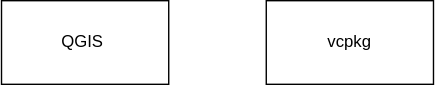
Before: data/architecture.drawio.svg, a diagram exported from draw.io (boardend/qgis-js-demo). Source tidied: cells renumbered, new cells last; positions are measured from the earlier drawing's top-left corner, leaving out a move shared by most shapes.
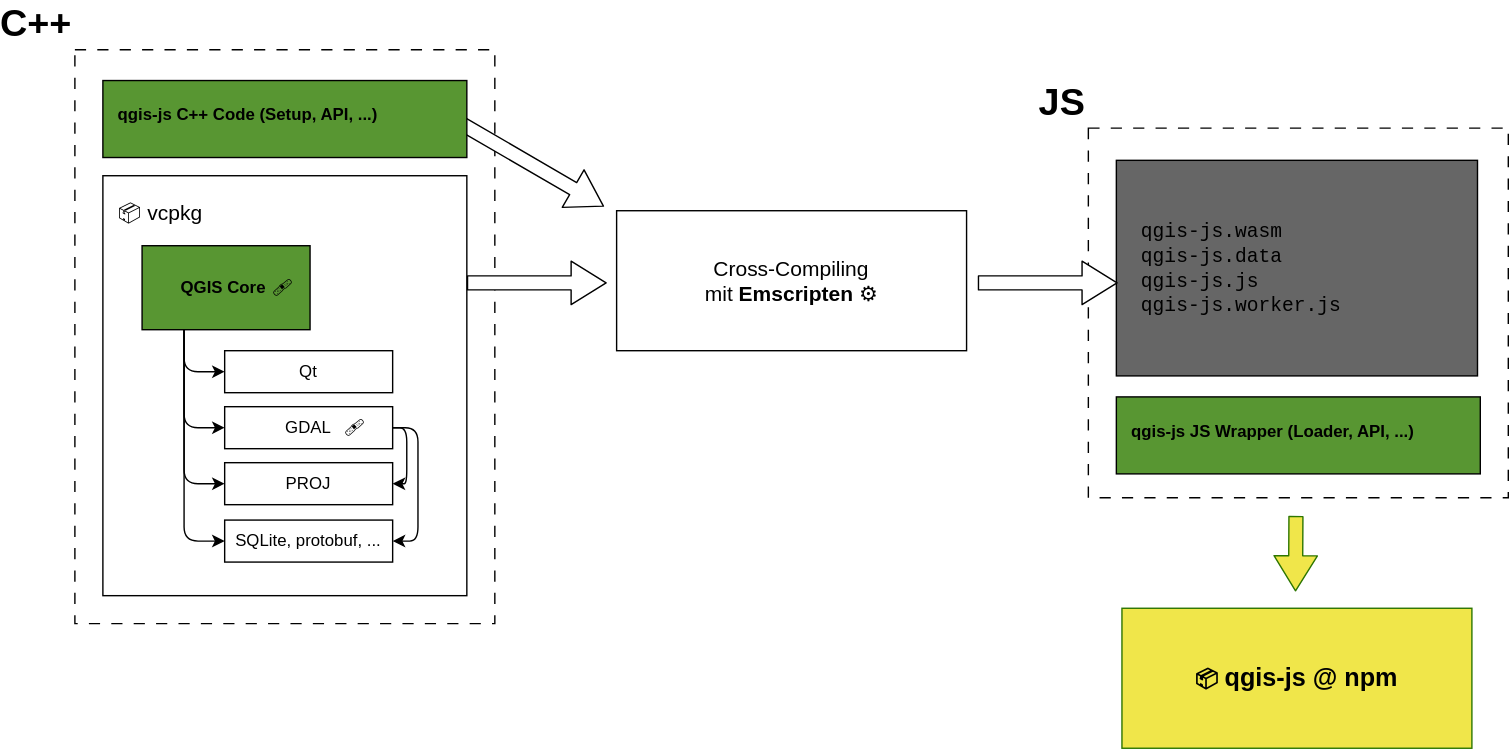
Above is the later version.

Change to the diagram source:
```diff
@@ -2,11 +2,97 @@
   <root>
     <mxCell id="0" />
     <mxCell id="1" parent="0" />
+    <mxCell id="4" value="C++" style="whiteSpace=wrap;html=1;fontSize=27;dashed=1;dashPattern=8 8;fillColor=none;labelPosition=left;verticalLabelPosition=top;align=right;verticalAlign=bottom;fontStyle=1;" parent="1" vertex="1">
+      <mxGeometry x="-217" y="-134" width="300" height="410" as="geometry" />
+    </mxCell>
+    <mxCell id="5" value="JS" style="whiteSpace=wrap;html=1;fontSize=27;dashed=1;dashPattern=8 8;fillColor=none;labelPosition=left;verticalLabelPosition=top;align=right;verticalAlign=bottom;fontStyle=1;" parent="1" vertex="1">
+      <mxGeometry x="507" y="-78" width="300" height="264" as="geometry" />
+    </mxCell>
-    <mxCell id="2" value="vcpkg" style="rounded=0;whiteSpace=wrap;html=1;" parent="1" vertex="1">
-      <mxGeometry x="190" width="120" height="60" as="geometry" />
+    <mxCell id="2" value="&amp;nbsp;📦 vcpkg" style="rounded=0;whiteSpace=wrap;html=1;labelPosition=center;verticalLabelPosition=middle;align=left;verticalAlign=top;spacingTop=2;spacing=11;fillColor=none;fontSize=15;" parent="1" vertex="1">
+      <mxGeometry x="-197" y="-44" width="260" height="300" as="geometry" />
     </mxCell>
+    <mxCell id="6" style="edgeStyle=orthogonalEdgeStyle;html=1;exitX=0.25;exitY=1;exitDx=0;exitDy=0;entryX=0;entryY=0.5;entryDx=0;entryDy=0;fontSize=27;" parent="1" edge="1" source="3" target="14">
+      <mxGeometry relative="1" as="geometry" />
+    </mxCell>
+    <mxCell id="7" style="edgeStyle=orthogonalEdgeStyle;html=1;exitX=0.25;exitY=1;exitDx=0;exitDy=0;entryX=0;entryY=0.5;entryDx=0;entryDy=0;fontSize=27;" parent="1" edge="1" source="3" target="12">
+      <mxGeometry relative="1" as="geometry" />
+    </mxCell>
+    <mxCell id="8" style="edgeStyle=orthogonalEdgeStyle;html=1;exitX=0.25;exitY=1;exitDx=0;exitDy=0;entryX=0;entryY=0.5;entryDx=0;entryDy=0;fontSize=27;" parent="1" edge="1" source="3" target="13">
+      <mxGeometry relative="1" as="geometry" />
+    </mxCell>
+    <mxCell id="9" style="edgeStyle=orthogonalEdgeStyle;html=1;exitX=0.25;exitY=1;exitDx=0;exitDy=0;entryX=0;entryY=0.5;entryDx=0;entryDy=0;fontSize=27;" parent="1" edge="1" source="3" target="15">
+      <mxGeometry relative="1" as="geometry" />
+    </mxCell>
-    <mxCell id="3" value="QGIS&amp;nbsp;&lt;span style=&quot;color: rgba(0, 0, 0, 0); font-family: monospace; font-size: 0px; text-align: start;&quot;&gt;%3CmxGraphModel%3E%3Croot%3E%3CmxCell%20id%3D%220%22%2F%3E%3CmxCell%20id%3D%221%22%20parent%3D%220%22%2F%3E%3CmxCell%20id%3D%222%22%20value%3D%22vcpkg%22%20style%3D%22rounded%3D0%3BwhiteSpace%3Dwrap%3Bhtml%3D1%3B%22%20vertex%3D%221%22%20parent%3D%221%22%3E%3CmxGeometry%20x%3D%22460%22%20y%3D%22190%22%20width%3D%22120%22%20height%3D%2260%22%20as%3D%22geometry%22%2F%3E%3C%2FmxCell%3E%3C%2Froot%3E%3C%2FmxGraphModel%3E&lt;/span&gt;" style="rounded=0;whiteSpace=wrap;html=1;" parent="1" vertex="1">
-      <mxGeometry width="120" height="60" as="geometry" />
+    <mxCell id="3" value="QGIS Core&amp;nbsp;&lt;span style=&quot;color: rgba(0, 0, 0, 0); font-family: monospace; font-size: 0px; text-align: start;&quot;&gt;%3CmxGraphModel%3E%3Croot%3E%3CmxCell%20id%3D%220%22%2F%3E%3CmxCell%20id%3D%221%22%20parent%3D%220%22%2F%3E%3CmxCell%20id%3D%222%22%20value%3D%22vcpkg%22%20style%3D%22rounded%3D0%3BwhiteSpace%3Dwrap%3Bhtml%3D1%3B%22%20vertex%3D%221%22%20parent%3D%221%22%3E%3CmxGeometry%20x%3D%22460%22%20y%3D%22190%22%20width%3D%22120%22%20height%3D%2260%22%20as%3D%22geometry%22%2F%3E%3C%2FmxCell%3E%3C%2Froot%3E%3C%2FmxGraphModel%3E&lt;/span&gt;" style="rounded=0;whiteSpace=wrap;html=1;fontStyle=1;fillColor=#589632;" parent="1" vertex="1">
+      <mxGeometry x="-169" y="6" width="120" height="60" as="geometry" />
     </mxCell>
+    <mxCell id="10" style="edgeStyle=orthogonalEdgeStyle;html=1;exitX=1;exitY=0.5;exitDx=0;exitDy=0;entryX=1;entryY=0.5;entryDx=0;entryDy=0;fontSize=27;" parent="1" edge="1" source="12" target="13">
+      <mxGeometry relative="1" as="geometry" />
+    </mxCell>
+    <mxCell id="11" style="edgeStyle=orthogonalEdgeStyle;html=1;exitX=1;exitY=0.5;exitDx=0;exitDy=0;entryX=1;entryY=0.5;entryDx=0;entryDy=0;fontSize=27;" parent="1" edge="1" source="12" target="15">
+      <mxGeometry relative="1" as="geometry">
+        <Array as="points">
+          <mxPoint x="28" y="136" />
+          <mxPoint x="28" y="217" />
+        </Array>
+      </mxGeometry>
+    </mxCell>
+    <mxCell id="12" value="GDAL" style="rounded=0;whiteSpace=wrap;html=1;" parent="1" vertex="1">
+      <mxGeometry x="-110" y="121" width="120" height="30" as="geometry" />
+    </mxCell>
+    <mxCell id="13" value="PROJ" style="rounded=0;whiteSpace=wrap;html=1;" parent="1" vertex="1">
+      <mxGeometry x="-110" y="161" width="120" height="30" as="geometry" />
+    </mxCell>
+    <mxCell id="14" value="Qt" style="rounded=0;whiteSpace=wrap;html=1;" parent="1" vertex="1">
+      <mxGeometry x="-110" y="81" width="120" height="30" as="geometry" />
+    </mxCell>
+    <mxCell id="15" value="SQLite, protobuf, ..." style="rounded=0;whiteSpace=wrap;html=1;" parent="1" vertex="1">
+      <mxGeometry x="-110" y="202" width="120" height="30" as="geometry" />
+    </mxCell>
+    <mxCell id="16" value="🩹" style="text;html=1;align=center;verticalAlign=middle;strokeColor=none;fillColor=none;fontSize=15;" parent="1" vertex="1">
+      <mxGeometry x="-89" y="21" width="40" height="30" as="geometry" />
+    </mxCell>
+    <mxCell id="17" value="🩹" style="text;html=1;align=center;verticalAlign=middle;strokeColor=none;fillColor=none;fontSize=15;" parent="1" vertex="1">
+      <mxGeometry x="-37" y="121" width="40" height="30" as="geometry" />
+    </mxCell>
+    <mxCell id="18" value="&lt;b&gt;qgis-js JS Wrapper (Loader, API, ...)&lt;/b&gt;" style="rounded=0;whiteSpace=wrap;html=1;labelPosition=center;verticalLabelPosition=middle;align=left;verticalAlign=top;spacingTop=2;spacing=11;fillColor=#589632;" parent="1" vertex="1">
+      <mxGeometry x="527" y="114" width="260" height="55" as="geometry" />
+    </mxCell>
+    <mxCell id="19" style="edgeStyle=none;orthogonalLoop=1;jettySize=auto;html=1;shape=flexArrow;rounded=1;startSize=8;endSize=8;fontSize=27;fillColor=#FFFFFF;" parent="1" edge="1">
+      <mxGeometry relative="1" as="geometry">
+        <mxPoint x="63" y="32.5" as="sourcePoint" />
+        <mxPoint x="163" y="32.5" as="targetPoint" />
+      </mxGeometry>
+    </mxCell>
+    <mxCell id="20" value="&lt;div style=&quot;font-family: Helvetica; font-size: 14px;&quot;&gt;&lt;font face=&quot;Courier New&quot;&gt;qgis-js.wasm&lt;/font&gt;&lt;/div&gt;&lt;div style=&quot;font-family: Helvetica; font-size: 14px;&quot;&gt;&lt;font face=&quot;Courier New&quot;&gt;qgis-js.data&lt;/font&gt;&lt;/div&gt;&lt;div style=&quot;font-family: Helvetica; font-size: 14px;&quot;&gt;&lt;font face=&quot;Courier New&quot;&gt;qgis-js.js&lt;/font&gt;&lt;/div&gt;&lt;div style=&quot;font-family: Helvetica; font-size: 14px;&quot;&gt;&lt;font face=&quot;Courier New&quot;&gt;qgis-js.worker.js&lt;/font&gt;&lt;/div&gt;" style="whiteSpace=wrap;html=1;labelBackgroundColor=none;strokeColor=default;fontFamily=Courier New;fillColor=#666666;align=left;spacing=18;fontColor=#000000;" parent="1" vertex="1">
+      <mxGeometry x="527" y="-55" width="258" height="154" as="geometry" />
+    </mxCell>
+    <mxCell id="21" value="Cross-Compiling&lt;br style=&quot;font-size: 15px;&quot;&gt;mit &lt;b&gt;Emscripten&lt;/b&gt; ⚙️" style="whiteSpace=wrap;html=1;fontSize=15;" parent="1" vertex="1">
+      <mxGeometry x="170" y="-19" width="250" height="100" as="geometry" />
+    </mxCell>
+    <mxCell id="22" style="edgeStyle=none;orthogonalLoop=1;jettySize=auto;html=1;shape=flexArrow;rounded=1;startSize=8;endSize=8;fontSize=27;fillColor=#FFFFFF;entryX=0;entryY=0;entryDx=0;entryDy=0;" parent="1" edge="1">
+      <mxGeometry relative="1" as="geometry">
+        <mxPoint x="56" y="-83" as="sourcePoint" />
+        <mxPoint x="161" y="-22" as="targetPoint" />
+      </mxGeometry>
+    </mxCell>
+    <mxCell id="23" value="&lt;b&gt;qgis-js C++ Code (Setup, API, ...)&lt;/b&gt;" style="rounded=0;whiteSpace=wrap;html=1;labelPosition=center;verticalLabelPosition=middle;align=left;verticalAlign=top;spacingTop=2;spacing=11;fillColor=#589632;" parent="1" vertex="1">
+      <mxGeometry x="-197" y="-112" width="260" height="55" as="geometry" />
+    </mxCell>
+    <mxCell id="24" style="edgeStyle=none;orthogonalLoop=1;jettySize=auto;html=1;shape=flexArrow;rounded=1;startSize=8;endSize=8;fontSize=27;fillColor=#f0e64a;strokeColor=#2D7600;" parent="1" edge="1">
+      <mxGeometry relative="1" as="geometry">
+        <mxPoint x="655.3" y="199" as="sourcePoint" />
+        <mxPoint x="655" y="253" as="targetPoint" />
+      </mxGeometry>
+    </mxCell>
+    <mxCell id="25" value="&lt;span style=&quot;font-size: 15px; text-align: left;&quot;&gt;📦&amp;nbsp;&lt;/span&gt;qgis-js @ npm" style="whiteSpace=wrap;html=1;fontSize=18;fillColor=#F0E64A;fontColor=#000000;strokeColor=#2D7600;fontStyle=1;" parent="1" vertex="1">
+      <mxGeometry x="531" y="265" width="250" height="100" as="geometry" />
+    </mxCell>
+    <mxCell id="26" style="edgeStyle=none;orthogonalLoop=1;jettySize=auto;html=1;shape=flexArrow;rounded=1;startSize=8;endSize=8;fontSize=27;fillColor=#FFFFFF;" parent="1" edge="1">
+      <mxGeometry relative="1" as="geometry">
+        <mxPoint x="428" y="32.5" as="sourcePoint" />
+        <mxPoint x="528" y="32.5" as="targetPoint" />
+      </mxGeometry>
+    </mxCell>
   </root>
 </mxGraphModel>
```
